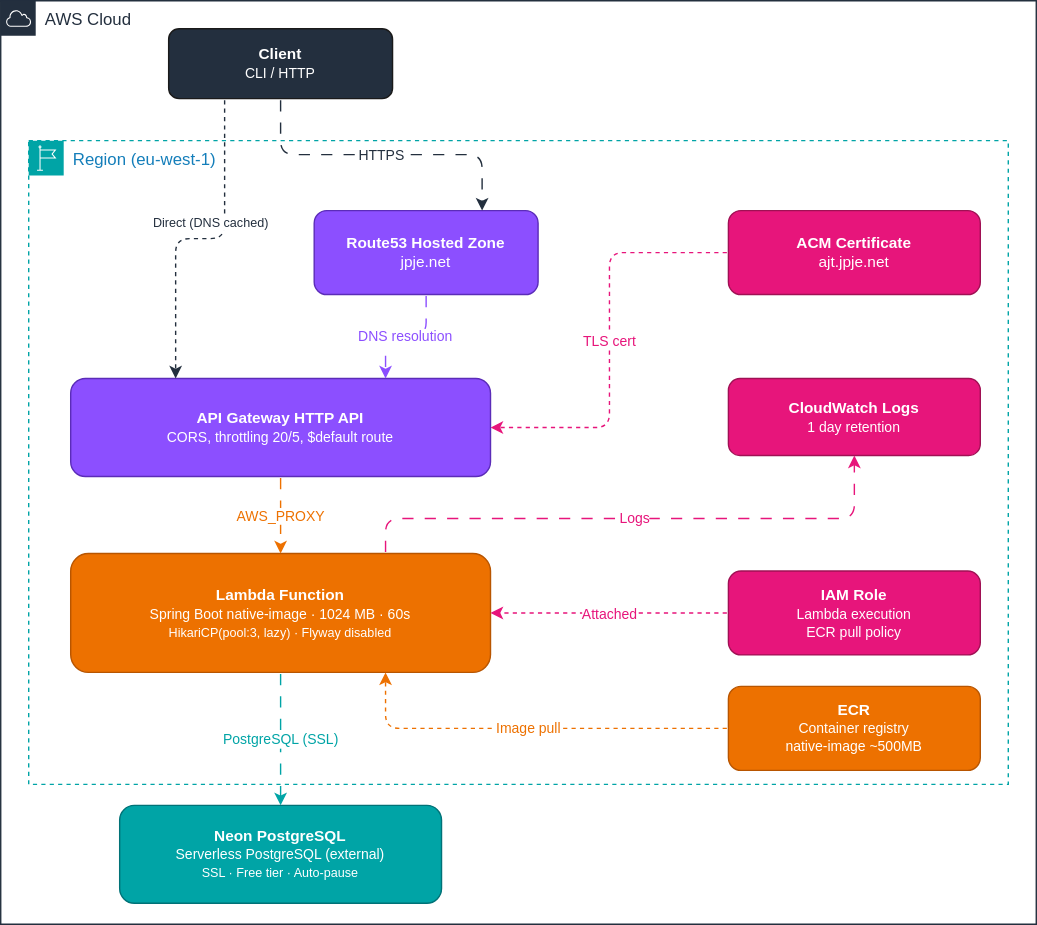
Above: deploy/aws/images/ajt-serverless-aws-diagram.svg in JuanPabloJimenezEsclusa/alexandra-job-tracker (draw.io), before the change. Source tidied: cells renumbered, new cells last; positions are measured from the earlier drawing's top-left corner, leaving out a move shared by most shapes.
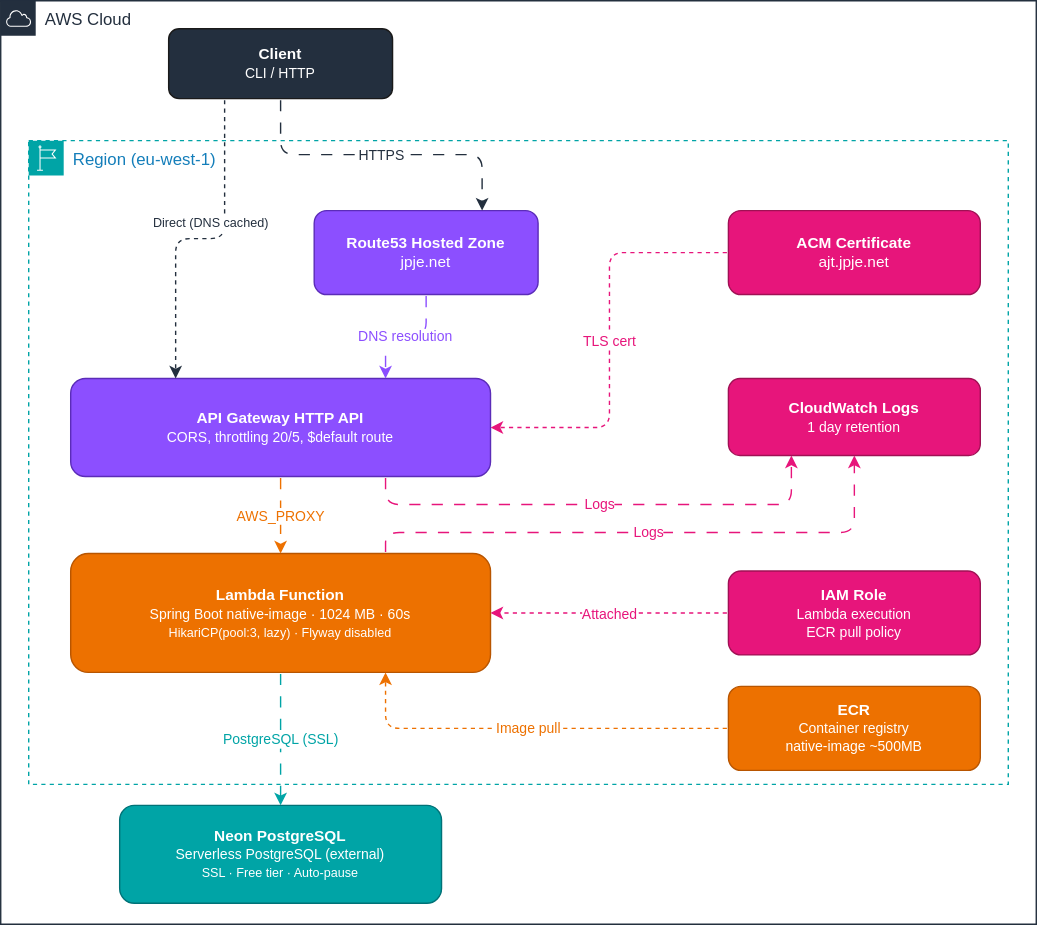
Above is the later version.

What changed in the source:
```diff
@@ -29,6 +29,14 @@
     <mxCell id="10" value="&lt;b&gt;ECR&lt;/b&gt;&lt;br&gt;&lt;font style=&quot;font-size:10px&quot;&gt;Container registry&lt;br&gt;native-image ~500MB&lt;/font&gt;" style="rounded=1;whiteSpace=wrap;html=1;fillColor=#ED7100;strokeColor=#B85500;fontColor=#ffffff;fontSize=11;" parent="3" vertex="1">
       <mxGeometry x="500" y="390" width="180" height="60" as="geometry" />
     </mxCell>
+    <mxCell id="22" value="Logs" style="edgeStyle=orthogonalEdgeStyle;rounded=1;jettySize=auto;html=1;strokeColor=#E7157B;fontSize=10;fontColor=#E7157B;flowAnimation=1;exitX=0.75;exitY=1;exitDx=0;exitDy=0;entryX=0.25;entryY=1;entryDx=0;entryDy=0;" parent="3" edge="1" source="6" target="8">
+      <mxGeometry relative="1" as="geometry">
+        <Array as="points">
+          <mxPoint x="255" y="260" />
+          <mxPoint x="545" y="260" />
+        </Array>
+      </mxGeometry>
+    </mxCell>
     <mxCell id="11" value="&lt;b&gt;Neon PostgreSQL&lt;/b&gt;&lt;br&gt;&lt;font style=&quot;font-size:10px&quot;&gt;Serverless PostgreSQL (external)&lt;/font&gt;&lt;br&gt;&lt;font style=&quot;font-size:9px&quot;&gt;SSL · Free tier · Auto-pause&lt;/font&gt;" style="rounded=1;whiteSpace=wrap;html=1;fillColor=#00A4A6;strokeColor=#007277;fontColor=#ffffff;fontSize=11;" parent="2" vertex="1">
       <mxGeometry x="85" y="575" width="230" height="70" as="geometry" />
     </mxCell>
@@ -56,8 +64,8 @@
     <mxCell id="19" value="Logs" style="edgeStyle=orthogonalEdgeStyle;rounded=1;jettySize=auto;html=1;strokeColor=#E7157B;fontSize=10;fontColor=#E7157B;flowAnimation=1;exitX=0.75;exitY=0;exitDx=0;exitDy=0;" parent="1" edge="1" source="7" target="8">
       <mxGeometry relative="1" as="geometry">
         <Array as="points">
-          <mxPoint x="275" y="370" />
-          <mxPoint x="610" y="370" />
+          <mxPoint x="275" y="380" />
+          <mxPoint x="610" y="380" />
         </Array>
       </mxGeometry>
     </mxCell>
```
